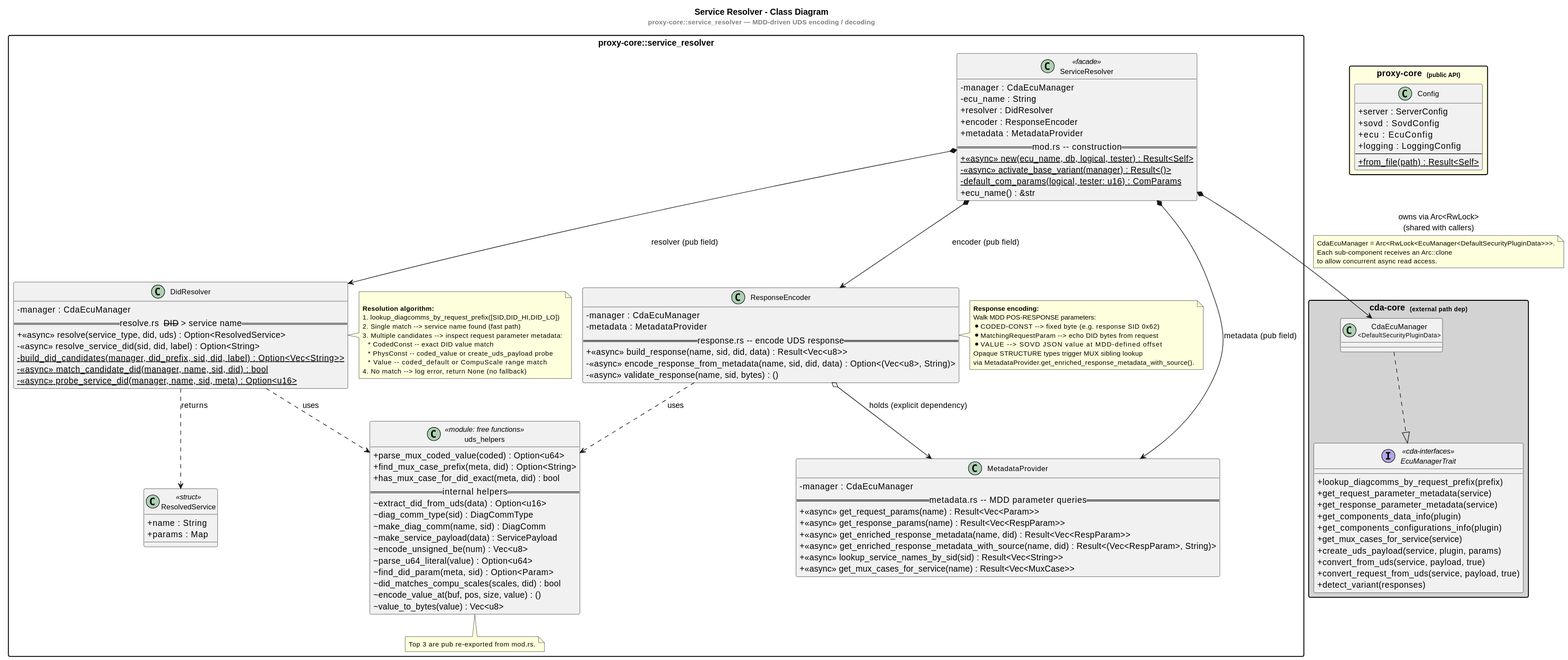
Above: docs/service_resolver/service_resolver_class_diagram.svg in arvindr19/uds2sovd-proxy (PlantUML), before the change.
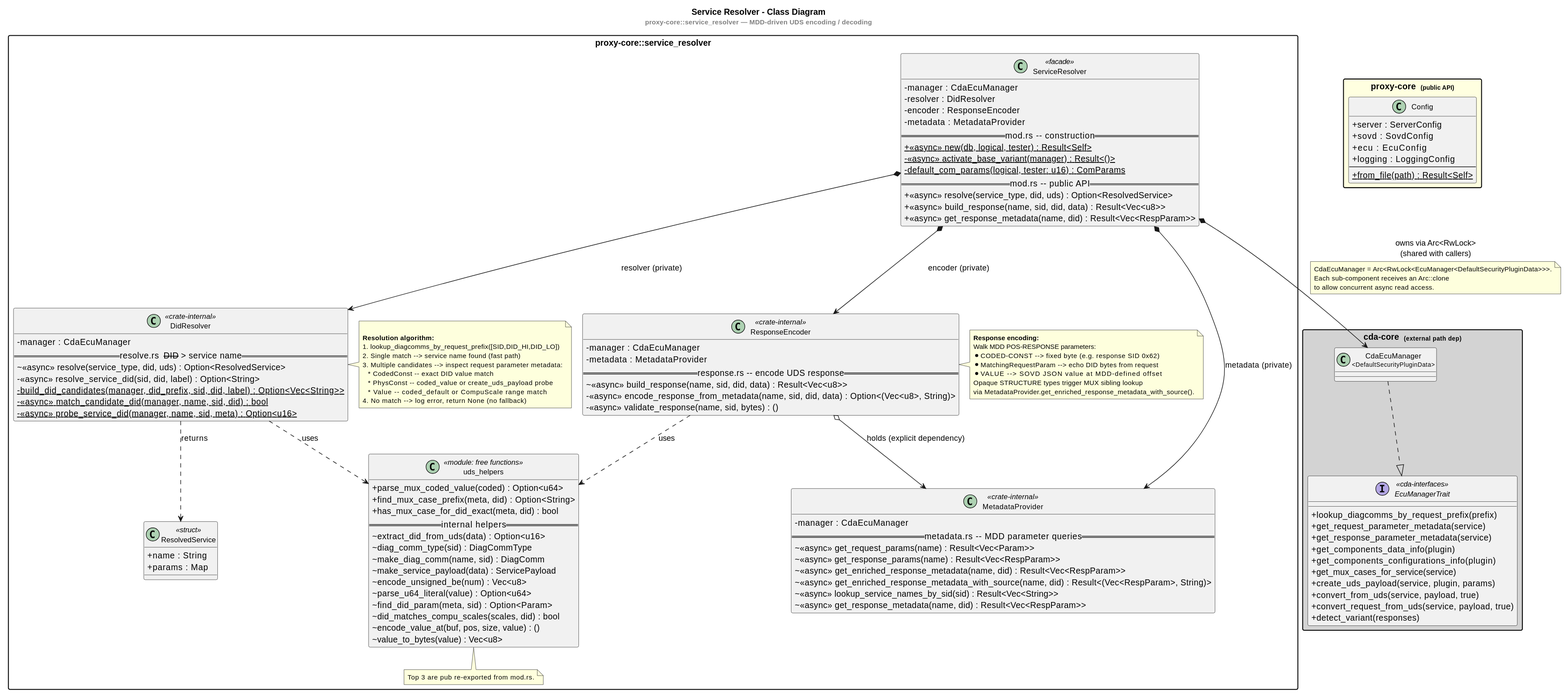
Above is the later version.

Commit message:
refactor: encapsulate ServiceResolver internals behind facade methods

What changed in the source:
```diff
@@ -11,46 +11,48 @@
 
     class ServiceResolver <<facade>> {
         - manager : CdaEcuManager
-        - ecu_name : String
-        + resolver : DidResolver
-        + encoder : ResponseEncoder
-        + metadata : MetadataProvider
+        - resolver : DidResolver
+        - encoder : ResponseEncoder
+        - metadata : MetadataProvider
         == mod.rs -- construction ==
-        + {static} <<async>> new(ecu_name, db, logical, tester) : Result<Self>
+        + {static} <<async>> new(db, logical, tester) : Result<Self>
         - {static} <<async>> activate_base_variant(manager) : Result<()>
         - {static} default_com_params(logical, tester: u16) : ComParams
-        + ecu_name() : &str
+        == mod.rs -- public API ==
+        + <<async>> resolve(service_type, did, uds) : Option<ResolvedService>
+        + <<async>> build_response(name, sid, did, data) : Result<Vec<u8>>
+        + <<async>> get_response_metadata(name, did) : Result<Vec<RespParam>>
     }
 
     together {
-        class DidResolver {
+        class DidResolver <<crate-internal>> {
             - manager : CdaEcuManager
             == resolve.rs -- DID --> service name ==
-            + <<async>> resolve(service_type, did, uds) : Option<ResolvedService>
+            ~ <<async>> resolve(service_type, did, uds) : Option<ResolvedService>
             - <<async>> resolve_service_did(sid, did, label) : Option<String>
             - {static} build_did_candidates(manager, did_prefix, sid, did, label) : Option<Vec<String>>
             - {static} <<async>> match_candidate_did(manager, name, sid, did) : bool
             - {static} <<async>> probe_service_did(manager, name, sid, meta) : Option<u16>
         }
 
-        class ResponseEncoder {
+        class ResponseEncoder <<crate-internal>> {
             - manager : CdaEcuManager
             - metadata : MetadataProvider
             == response.rs -- encode UDS response ==
-            + <<async>> build_response(name, sid, did, data) : Result<Vec<u8>>
+            ~ <<async>> build_response(name, sid, did, data) : Result<Vec<u8>>
             - <<async>> encode_response_from_metadata(name, sid, did, data) : Option<(Vec<u8>, String)>
             - <<async>> validate_response(name, sid, bytes) : ()
         }
 
-        class MetadataProvider {
+        class MetadataProvider <<crate-internal>> {
             - manager : CdaEcuManager
             == metadata.rs -- MDD parameter queries ==
-            + <<async>> get_request_params(name) : Result<Vec<Param>>
-            + <<async>> get_response_params(name) : Result<Vec<RespParam>>
-            + <<async>> get_enriched_response_metadata(name, did) : Result<Vec<RespParam>>
-            + <<async>> get_enriched_response_metadata_with_source(name, did) : Result<(Vec<RespParam>, String)>
-            + <<async>> lookup_service_names_by_sid(sid) : Result<Vec<String>>
-            + <<async>> get_mux_cases_for_service(name) : Result<Vec<MuxCase>>
+            ~ <<async>> get_request_params(name) : Result<Vec<Param>>
+            ~ <<async>> get_response_params(name) : Result<Vec<RespParam>>
+            ~ <<async>> get_enriched_response_metadata(name, did) : Result<Vec<RespParam>>
+            ~ <<async>> get_enriched_response_metadata_with_source(name, did) : Result<(Vec<RespParam>, String)>
+            ~ <<async>> lookup_service_names_by_sid(sid) : Result<Vec<String>>
+            ~ <<async>> get_response_metadata(name, did) : Result<Vec<RespParam>>
         }
     }
 
@@ -102,9 +104,9 @@
         + params : Map
     }
 
-    ServiceResolver *--> DidResolver : resolver (pub field)
-    ServiceResolver *--> ResponseEncoder : encoder (pub field)
-    ServiceResolver *--> MetadataProvider : metadata (pub field)
+    ServiceResolver *--> DidResolver : resolver (private)
+    ServiceResolver *--> ResponseEncoder : encoder (private)
+    ServiceResolver *--> MetadataProvider : metadata (private)
     ResponseEncoder o--> MetadataProvider : holds (explicit dependency)
     DidResolver ..> uds_helpers : uses
     ResponseEncoder ..> uds_helpers : uses
```
